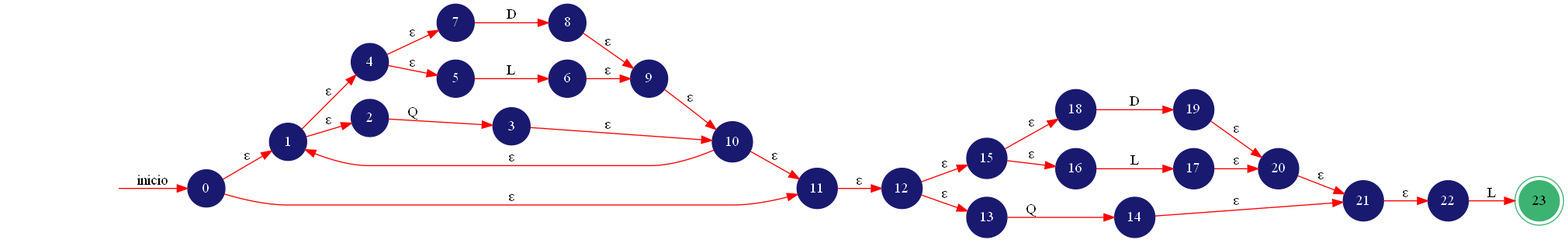
The Graphviz diagram src/Imagenes/AFDN.png in SergieArizandieta/OLC1-P1-202000119, before a commit. Its source is kept beside it as src/Imagenes/AFDN.dot.
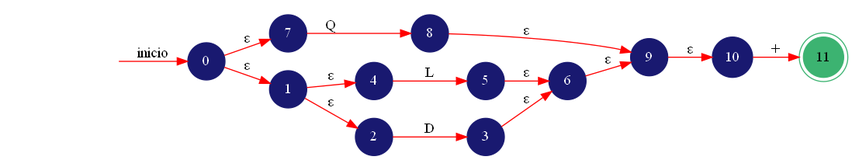
After the commit.

What changed in the source:
```diff
@@ -1,38 +1,22 @@
 digraph AUTOMATA{
 	rankdir=LR;
-	node [shape=doublecircle, style = filled,color = mediumseagreen]; 23;
+	node [shape=doublecircle, style = filled,color = mediumseagreen]; 11;
 	node [shape=circle];
 	node [color=midnightblue,fontcolor=white];
 	edge [color=red];
 	secret_node [style=invis];
 	secret_node -> 0 [label="inicio"];
+	0 -> 7 [label="ε"];
 	0 -> 1 [label="ε"];
-	0 -> 11 [label="ε"];
 	1 -> 4 [label="ε"];
 	1 -> 2 [label="ε"];
-	2 -> 3 [label="Q"];
-	3 -> 10 [label="ε"];
-	4 -> 7 [label="ε"];
-	4 -> 5 [label="ε"];
-	5 -> 6 [label="L"];
+	2 -> 3 [label="D"];
+	3 -> 6 [label="ε"];
+	4 -> 5 [label="L"];
+	5 -> 6 [label="ε"];
 	6 -> 9 [label="ε"];
-	7 -> 8 [label="D"];
+	7 -> 8 [label="Q"];
 	8 -> 9 [label="ε"];
 	9 -> 10 [label="ε"];
-	10 -> 1 [label="ε"];
-	10 -> 11 [label="ε"];
-	11 -> 12 [label="ε"];
-	12 -> 15 [label="ε"];
-	12 -> 13 [label="ε"];
-	13 -> 14 [label="Q"];
-	14 -> 21 [label="ε"];
-	15 -> 18 [label="ε"];
-	15 -> 16 [label="ε"];
-	16 -> 17 [label="L"];
-	17 -> 20 [label="ε"];
-	18 -> 19 [label="D"];
-	19 -> 20 [label="ε"];
-	20 -> 21 [label="ε"];
-	21 -> 22 [label="ε"];
-	22 -> 23 [label="L"];
+	10 -> 11 [label="+"];
 }
```
